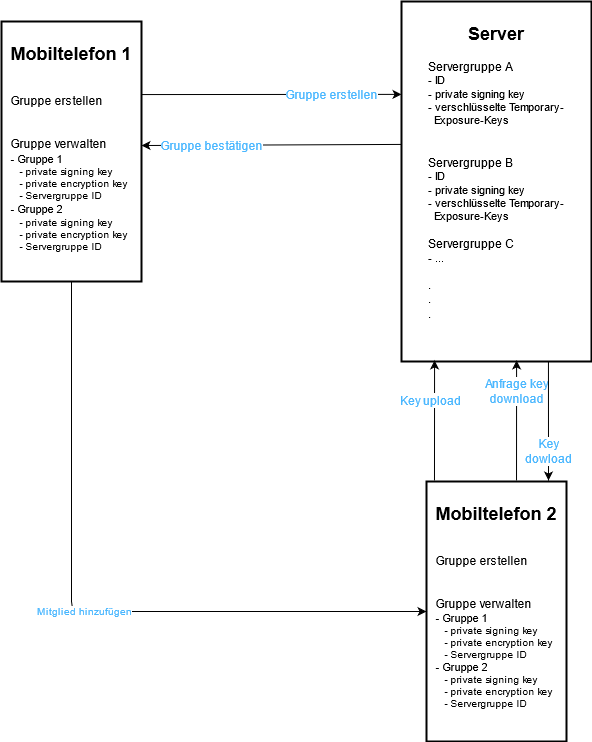
This is Forschungsprojekt Corona App Ausarbeitung/Familiengruppe.png from KaiBraun/DensityMap, a draw.io export, as it was before one commit. Source tidied: cells renumbered, new cells last; positions are measured from the earlier drawing's top-left corner, leaving out a move shared by most shapes.
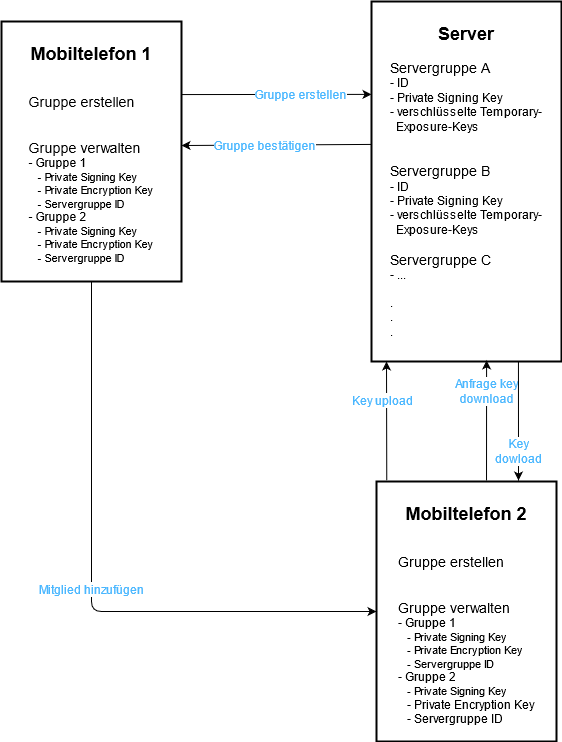
The same diagram one commit later.

Commit message:
Integration von Applikationen

Change to the diagram source:
```diff
@@ -2,27 +2,27 @@
   <root>
     <mxCell id="0" />
     <mxCell id="1" parent="0" />
-    <mxCell id="2" value="&lt;h2&gt;Mobiltelefon 1&lt;/h2&gt;&lt;div&gt;&lt;br&gt;&lt;/div&gt;&lt;div style=&quot;text-align: left&quot;&gt;Gruppe erstellen&lt;/div&gt;&lt;div&gt;&lt;br&gt;&lt;/div&gt;&lt;div&gt;&lt;br&gt;&lt;/div&gt;&lt;div style=&quot;text-align: left&quot;&gt;Gruppe verwalten&lt;/div&gt;&lt;div&gt;&lt;div style=&quot;text-align: left&quot;&gt;&lt;font style=&quot;font-size: 11px&quot;&gt;- Gruppe 1&lt;/font&gt;&lt;/div&gt;&lt;div style=&quot;font-size: 10px ; text-align: left&quot;&gt;&amp;nbsp; &amp;nbsp;- private signing key&lt;/div&gt;&lt;div style=&quot;font-size: 10px ; text-align: left&quot;&gt;&amp;nbsp; &amp;nbsp;- private encryption key&lt;/div&gt;&lt;div style=&quot;font-size: 10px ; text-align: left&quot;&gt;&amp;nbsp; &amp;nbsp;- Servergruppe ID&lt;/div&gt;&lt;div style=&quot;text-align: left&quot;&gt;&lt;font style=&quot;font-size: 11px&quot;&gt;- Gruppe 2&lt;/font&gt;&lt;/div&gt;&lt;div style=&quot;font-size: 10px ; text-align: left&quot;&gt;&lt;div&gt;&amp;nbsp; &amp;nbsp;- private signing key&lt;/div&gt;&lt;div&gt;&amp;nbsp; &amp;nbsp;- private encryption key&lt;/div&gt;&lt;div&gt;&amp;nbsp; &amp;nbsp;- Servergruppe ID&lt;/div&gt;&lt;/div&gt;&lt;/div&gt;" style="whiteSpace=wrap;html=1;strokeWidth=2;verticalAlign=top;" parent="1" vertex="1">
-      <mxGeometry y="20" width="140" height="260" as="geometry" />
+    <mxCell id="2" value="&lt;h2&gt;Mobiltelefon 1&lt;/h2&gt;&lt;div&gt;&lt;br&gt;&lt;/div&gt;&lt;div style=&quot;text-align: left&quot;&gt;&lt;font style=&quot;font-size: 14px&quot;&gt;Gruppe erstellen&lt;/font&gt;&lt;/div&gt;&lt;div&gt;&lt;br&gt;&lt;/div&gt;&lt;div&gt;&lt;br&gt;&lt;/div&gt;&lt;div style=&quot;text-align: left&quot;&gt;&lt;font style=&quot;font-size: 14px&quot;&gt;Gruppe verwalten&lt;/font&gt;&lt;/div&gt;&lt;div&gt;&lt;div style=&quot;text-align: left&quot;&gt;&lt;font style=&quot;font-size: 11px&quot;&gt;&lt;font style=&quot;font-size: 12px&quot;&gt;- &lt;/font&gt;&lt;font style=&quot;font-size: 12px&quot;&gt;Gruppe 1&lt;/font&gt;&lt;/font&gt;&lt;/div&gt;&lt;div style=&quot;font-size: 10px ; text-align: left&quot;&gt;&lt;font style=&quot;font-size: 11px&quot;&gt;&amp;nbsp; &amp;nbsp;- Private Signing Key&lt;/font&gt;&lt;/div&gt;&lt;div style=&quot;font-size: 10px ; text-align: left&quot;&gt;&amp;nbsp; &lt;font style=&quot;font-size: 11px&quot;&gt;&amp;nbsp;- Private Encryption Key&lt;/font&gt;&lt;/div&gt;&lt;div style=&quot;font-size: 10px ; text-align: left&quot;&gt;&amp;nbsp; &amp;nbsp;&lt;font style=&quot;font-size: 11px&quot;&gt;- Servergruppe ID&lt;/font&gt;&lt;/div&gt;&lt;div style=&quot;text-align: left&quot;&gt;&lt;font style=&quot;font-size: 12px&quot;&gt;- Gruppe 2&lt;/font&gt;&lt;/div&gt;&lt;div style=&quot;font-size: 10px ; text-align: left&quot;&gt;&lt;div&gt;&amp;nbsp; &lt;font style=&quot;font-size: 11px&quot;&gt;&amp;nbsp;- Private Signing Key&lt;/font&gt;&lt;/div&gt;&lt;div&gt;&amp;nbsp; &amp;nbsp;&lt;font style=&quot;font-size: 11px&quot;&gt;- Private Encryption Key&lt;/font&gt;&lt;/div&gt;&lt;div&gt;&amp;nbsp; &amp;nbsp;&lt;font style=&quot;font-size: 11px&quot;&gt;- Servergruppe ID&lt;/font&gt;&lt;/div&gt;&lt;/div&gt;&lt;/div&gt;" style="whiteSpace=wrap;html=1;strokeWidth=2;verticalAlign=top;" parent="1" vertex="1">
+      <mxGeometry x="30" y="20" width="180" height="260" as="geometry" />
     </mxCell>
-    <mxCell id="3" value="&lt;h2&gt;Server&lt;/h2&gt;&lt;div style=&quot;text-align: left&quot;&gt;Servergruppe A&lt;/div&gt;&lt;div style=&quot;text-align: left ; font-size: 11px&quot;&gt;&lt;font style=&quot;font-size: 11px&quot;&gt;- ID&lt;/font&gt;&lt;/div&gt;&lt;div style=&quot;text-align: left ; font-size: 11px&quot;&gt;&lt;font style=&quot;font-size: 11px&quot;&gt;- private signing key&lt;/font&gt;&lt;/div&gt;&lt;div style=&quot;text-align: left ; font-size: 11px&quot;&gt;&lt;font style=&quot;font-size: 11px&quot;&gt;- verschlüsselte Temporary-&lt;/font&gt;&lt;/div&gt;&lt;div style=&quot;text-align: left ; font-size: 11px&quot;&gt;&lt;font style=&quot;font-size: 11px&quot;&gt;&amp;nbsp; Exposure-Keys&lt;/font&gt;&lt;br&gt;&lt;/div&gt;&lt;div style=&quot;text-align: left&quot;&gt;&lt;br&gt;&lt;/div&gt;&lt;div style=&quot;text-align: left&quot;&gt;&lt;br&gt;&lt;/div&gt;&lt;div style=&quot;text-align: left&quot;&gt;Servergruppe B&lt;/div&gt;&lt;div style=&quot;text-align: left ; font-size: 11px&quot;&gt;&lt;font style=&quot;font-size: 11px&quot;&gt;- ID&lt;/font&gt;&lt;/div&gt;&lt;div style=&quot;text-align: left ; font-size: 11px&quot;&gt;&lt;font style=&quot;font-size: 11px&quot;&gt;- private signing key&lt;/font&gt;&lt;/div&gt;&lt;div style=&quot;text-align: left ; font-size: 11px&quot;&gt;&lt;font style=&quot;font-size: 11px&quot;&gt;- verschlüsselte&amp;nbsp;&lt;/font&gt;&lt;span&gt;Temporary-&lt;/span&gt;&lt;/div&gt;&lt;div style=&quot;text-align: left ; font-size: 11px&quot;&gt;&amp;nbsp; Exposure-Keys&lt;/div&gt;&lt;div style=&quot;text-align: left&quot;&gt;&lt;br&gt;&lt;/div&gt;&lt;div style=&quot;text-align: left&quot;&gt;Servergruppe C&lt;/div&gt;&lt;div style=&quot;text-align: left ; font-size: 11px&quot;&gt;&lt;font style=&quot;font-size: 11px&quot;&gt;- ...&lt;/font&gt;&lt;/div&gt;&lt;div style=&quot;text-align: left ; font-size: 11px&quot;&gt;&lt;br&gt;&lt;/div&gt;&lt;div style=&quot;text-align: left&quot;&gt;.&lt;/div&gt;&lt;div style=&quot;text-align: left&quot;&gt;.&lt;/div&gt;&lt;div style=&quot;text-align: left&quot;&gt;.&lt;/div&gt;" style="whiteSpace=wrap;html=1;strokeWidth=2;verticalAlign=top;labelBorderColor=none;" parent="1" vertex="1">
+    <mxCell id="3" value="&lt;h2&gt;Server&lt;/h2&gt;&lt;div style=&quot;text-align: left&quot;&gt;&lt;font style=&quot;font-size: 14px&quot;&gt;Servergruppe A&lt;/font&gt;&lt;/div&gt;&lt;div style=&quot;text-align: left ; font-size: 11px&quot;&gt;&lt;font style=&quot;font-size: 12px&quot;&gt;- ID&lt;/font&gt;&lt;/div&gt;&lt;div style=&quot;text-align: left ; font-size: 11px&quot;&gt;&lt;font style=&quot;font-size: 12px&quot;&gt;- Private Signing Key&lt;/font&gt;&lt;/div&gt;&lt;div style=&quot;text-align: left ; font-size: 11px&quot;&gt;&lt;font style=&quot;font-size: 12px&quot;&gt;- verschlüsselte Temporary-&lt;/font&gt;&lt;/div&gt;&lt;div style=&quot;text-align: left ; font-size: 11px&quot;&gt;&lt;font style=&quot;font-size: 11px&quot;&gt;&amp;nbsp; &lt;font style=&quot;font-size: 12px&quot;&gt;Exposure-Keys&lt;/font&gt;&lt;/font&gt;&lt;br&gt;&lt;/div&gt;&lt;div style=&quot;text-align: left&quot;&gt;&lt;br&gt;&lt;/div&gt;&lt;div style=&quot;text-align: left&quot;&gt;&lt;br&gt;&lt;/div&gt;&lt;div style=&quot;text-align: left&quot;&gt;&lt;font style=&quot;font-size: 14px&quot;&gt;Servergruppe B&lt;/font&gt;&lt;/div&gt;&lt;div style=&quot;text-align: left ; font-size: 11px&quot;&gt;&lt;font style=&quot;font-size: 12px&quot;&gt;- ID&lt;/font&gt;&lt;/div&gt;&lt;div style=&quot;text-align: left ; font-size: 11px&quot;&gt;&lt;font style=&quot;font-size: 12px&quot;&gt;- Private Signing Key&lt;/font&gt;&lt;/div&gt;&lt;div style=&quot;text-align: left ; font-size: 11px&quot;&gt;&lt;font style=&quot;font-size: 12px&quot;&gt;- verschlüsselte&amp;nbsp;&lt;/font&gt;&lt;font style=&quot;font-size: 12px&quot;&gt;&lt;span&gt;Temporary-&lt;/span&gt;&lt;/font&gt;&lt;/div&gt;&lt;div style=&quot;text-align: left ; font-size: 11px&quot;&gt;&amp;nbsp; &lt;font style=&quot;font-size: 12px&quot;&gt;Exposure-Keys&lt;/font&gt;&lt;/div&gt;&lt;div style=&quot;text-align: left&quot;&gt;&lt;br&gt;&lt;/div&gt;&lt;div style=&quot;text-align: left&quot;&gt;&lt;font style=&quot;font-size: 14px&quot;&gt;Servergruppe C&lt;/font&gt;&lt;/div&gt;&lt;div style=&quot;text-align: left ; font-size: 11px&quot;&gt;&lt;font style=&quot;font-size: 12px&quot;&gt;- ...&lt;/font&gt;&lt;/div&gt;&lt;div style=&quot;text-align: left ; font-size: 11px&quot;&gt;&lt;br&gt;&lt;/div&gt;&lt;div style=&quot;text-align: left&quot;&gt;.&lt;/div&gt;&lt;div style=&quot;text-align: left&quot;&gt;.&lt;/div&gt;&lt;div style=&quot;text-align: left&quot;&gt;.&lt;/div&gt;" style="whiteSpace=wrap;html=1;strokeWidth=2;verticalAlign=top;labelBorderColor=none;" parent="1" vertex="1">
       <mxGeometry x="400" width="190" height="360" as="geometry" />
     </mxCell>
     <mxCell id="4" value="&lt;font style=&quot;font-size: 12px&quot;&gt;Gruppe erstellen&lt;/font&gt;" style="endArrow=classic;html=1;fontSize=10;fontColor=#4AB7FF;exitX=1;exitY=0.281;exitDx=0;exitDy=0;exitPerimeter=0;entryX=0;entryY=0.258;entryDx=0;entryDy=0;entryPerimeter=0;" parent="1" edge="1" source="2" target="3">
-      <mxGeometry x="0.46" relative="1" as="geometry" />
+      <mxGeometry x="0.25" relative="1" as="geometry" />
     </mxCell>
-    <mxCell id="5" value="&lt;h2&gt;Mobiltelefon 2&lt;/h2&gt;&lt;div&gt;&lt;br&gt;&lt;/div&gt;&lt;div style=&quot;text-align: left&quot;&gt;Gruppe erstellen&lt;/div&gt;&lt;div&gt;&lt;br&gt;&lt;/div&gt;&lt;div&gt;&lt;br&gt;&lt;/div&gt;&lt;div style=&quot;text-align: left&quot;&gt;Gruppe verwalten&lt;/div&gt;&lt;div style=&quot;font-size: 11px&quot;&gt;&lt;div style=&quot;text-align: left&quot;&gt;- Gruppe 1&lt;/div&gt;&lt;div style=&quot;text-align: left&quot;&gt;&lt;div style=&quot;font-size: 10px&quot;&gt;&amp;nbsp; &amp;nbsp;- private signing key&lt;/div&gt;&lt;div style=&quot;font-size: 10px&quot;&gt;&amp;nbsp; &amp;nbsp;- private encryption key&lt;/div&gt;&lt;div style=&quot;font-size: 10px&quot;&gt;&amp;nbsp; &amp;nbsp;- Servergruppe ID&lt;/div&gt;&lt;/div&gt;&lt;div style=&quot;text-align: left&quot;&gt;- Gruppe 2&lt;/div&gt;&lt;div style=&quot;text-align: left&quot;&gt;&lt;div style=&quot;font-size: 10px&quot;&gt;&amp;nbsp; &amp;nbsp;- private signing key&lt;/div&gt;&lt;div style=&quot;font-size: 10px&quot;&gt;&amp;nbsp; &amp;nbsp;- private encryption key&lt;/div&gt;&lt;div style=&quot;font-size: 10px&quot;&gt;&amp;nbsp; &amp;nbsp;- Servergruppe ID&lt;/div&gt;&lt;/div&gt;&lt;/div&gt;" style="whiteSpace=wrap;html=1;strokeWidth=2;verticalAlign=top;" parent="1" vertex="1">
-      <mxGeometry x="425" y="480" width="140" height="260" as="geometry" />
+    <mxCell id="5" value="&lt;h2&gt;Mobiltelefon 2&lt;/h2&gt;&lt;div&gt;&lt;br&gt;&lt;/div&gt;&lt;div style=&quot;text-align: left&quot;&gt;&lt;font style=&quot;font-size: 14px&quot;&gt;Gruppe erstellen&lt;/font&gt;&lt;/div&gt;&lt;div&gt;&lt;br&gt;&lt;/div&gt;&lt;div&gt;&lt;br&gt;&lt;/div&gt;&lt;div style=&quot;text-align: left&quot;&gt;&lt;font style=&quot;font-size: 14px&quot;&gt;Gruppe verwalten&lt;/font&gt;&lt;/div&gt;&lt;div style=&quot;font-size: 11px&quot;&gt;&lt;div style=&quot;text-align: left&quot;&gt;&lt;font style=&quot;font-size: 12px&quot;&gt;- Gruppe 1&lt;/font&gt;&lt;/div&gt;&lt;div style=&quot;text-align: left&quot;&gt;&lt;div style=&quot;font-size: 10px&quot;&gt;&amp;nbsp; &amp;nbsp;&lt;font style=&quot;font-size: 11px&quot;&gt;- Private Signing Key&lt;/font&gt;&lt;/div&gt;&lt;div style=&quot;font-size: 10px&quot;&gt;&amp;nbsp; &amp;nbsp;&lt;font style=&quot;font-size: 11px&quot;&gt;- Private Encryption Key&lt;/font&gt;&lt;/div&gt;&lt;div style=&quot;font-size: 10px&quot;&gt;&amp;nbsp; &amp;nbsp;&lt;font style=&quot;font-size: 11px&quot;&gt;- Servergruppe ID&lt;/font&gt;&lt;/div&gt;&lt;/div&gt;&lt;div style=&quot;text-align: left&quot;&gt;&lt;font style=&quot;font-size: 12px&quot;&gt;- Gruppe 2&lt;/font&gt;&lt;/div&gt;&lt;div style=&quot;text-align: left&quot;&gt;&lt;div style=&quot;font-size: 10px&quot;&gt;&amp;nbsp; &amp;nbsp;&lt;font style=&quot;font-size: 11px&quot;&gt;- Private Signing Key&lt;/font&gt;&lt;/div&gt;&lt;div style=&quot;font-size: 10px&quot;&gt;&amp;nbsp; &amp;nbsp;&lt;font style=&quot;font-size: 12px&quot;&gt;- Private Encryption Key&lt;/font&gt;&lt;/div&gt;&lt;div style=&quot;font-size: 10px&quot;&gt;&amp;nbsp; &amp;nbsp;&lt;font style=&quot;font-size: 12px&quot;&gt;- Servergruppe ID&lt;/font&gt;&lt;/div&gt;&lt;/div&gt;&lt;/div&gt;" style="whiteSpace=wrap;html=1;strokeWidth=2;verticalAlign=top;" parent="1" vertex="1">
+      <mxGeometry x="405" y="480" width="180" height="260" as="geometry" />
     </mxCell>
-    <mxCell id="6" value="Mitglied hinzufügen" style="endArrow=classic;html=1;fontSize=10;fontColor=#4AB7FF;exitX=0.5;exitY=1;exitDx=0;exitDy=0;entryX=0;entryY=0.5;entryDx=0;entryDy=0;" parent="1" edge="1" source="2" target="5">
+    <mxCell id="6" value="&lt;font style=&quot;font-size: 12px&quot;&gt;Mitglied hinzufügen&lt;/font&gt;" style="endArrow=classic;html=1;fontSize=10;fontColor=#4AB7FF;exitX=0.5;exitY=1;exitDx=0;exitDy=0;entryX=0;entryY=0.5;entryDx=0;entryDy=0;" parent="1" edge="1" source="2" target="5">
       <mxGeometry relative="1" as="geometry">
         <Array as="points">
-          <mxPoint x="70" y="610" />
+          <mxPoint x="120" y="610" />
         </Array>
       </mxGeometry>
     </mxCell>
     <mxCell id="7" value="&lt;font style=&quot;font-size: 12px&quot;&gt;Gruppe bestätigen&lt;/font&gt;" style="endArrow=classic;html=1;fontSize=10;fontColor=#4AB7FF;exitX=0;exitY=0.397;exitDx=0;exitDy=0;exitPerimeter=0;entryX=1;entryY=0.477;entryDx=0;entryDy=0;entryPerimeter=0;" parent="1" edge="1" source="3" target="2">
-      <mxGeometry x="0.46" relative="1" as="geometry" />
+      <mxGeometry x="0.12" relative="1" as="geometry" />
     </mxCell>
     <mxCell id="8" value="&lt;font style=&quot;font-size: 12px&quot;&gt;Anfrage key&lt;br&gt;download&lt;/font&gt;" style="endArrow=classic;html=1;fontSize=10;fontColor=#4AB7FF;exitX=0.543;exitY=-0.004;exitDx=0;exitDy=0;exitPerimeter=0;entryX=0.532;entryY=0.997;entryDx=0;entryDy=0;entryPerimeter=0;" parent="1" edge="1">
       <mxGeometry x="0.48" relative="1" as="geometry">
@@ -30,7 +30,7 @@
         <mxPoint x="515.1" y="358.9" as="targetPoint" />
       </mxGeometry>
     </mxCell>
-    <mxCell id="9" value="&lt;font style=&quot;font-size: 12px&quot;&gt;Key upload&lt;/font&gt;" style="endArrow=classic;html=1;fontSize=10;fontColor=#4AB7FF;exitX=0.057;exitY=-0.004;exitDx=0;exitDy=0;entryX=0.174;entryY=0.997;entryDx=0;entryDy=0;exitPerimeter=0;entryPerimeter=0;" parent="1" edge="1" source="5" target="3">
+    <mxCell id="9" value="&lt;font style=&quot;font-size: 12px&quot;&gt;Key upload&lt;/font&gt;" style="endArrow=classic;html=1;fontSize=10;fontColor=#4AB7FF;exitX=0.057;exitY=-0.004;exitDx=0;exitDy=0;exitPerimeter=0;entryX=0.079;entryY=1;entryDx=0;entryDy=0;entryPerimeter=0;" parent="1" edge="1" source="5" target="3">
       <mxGeometry x="0.34" y="4" relative="1" as="geometry" />
     </mxCell>
     <mxCell id="10" value="&lt;font style=&quot;font-size: 12px&quot;&gt;Key &lt;br&gt;dowload&lt;/font&gt;" style="endArrow=classic;html=1;fontSize=10;fontColor=#4AB7FF;exitX=0.805;exitY=1;exitDx=0;exitDy=0;exitPerimeter=0;" parent="1" edge="1">
```
